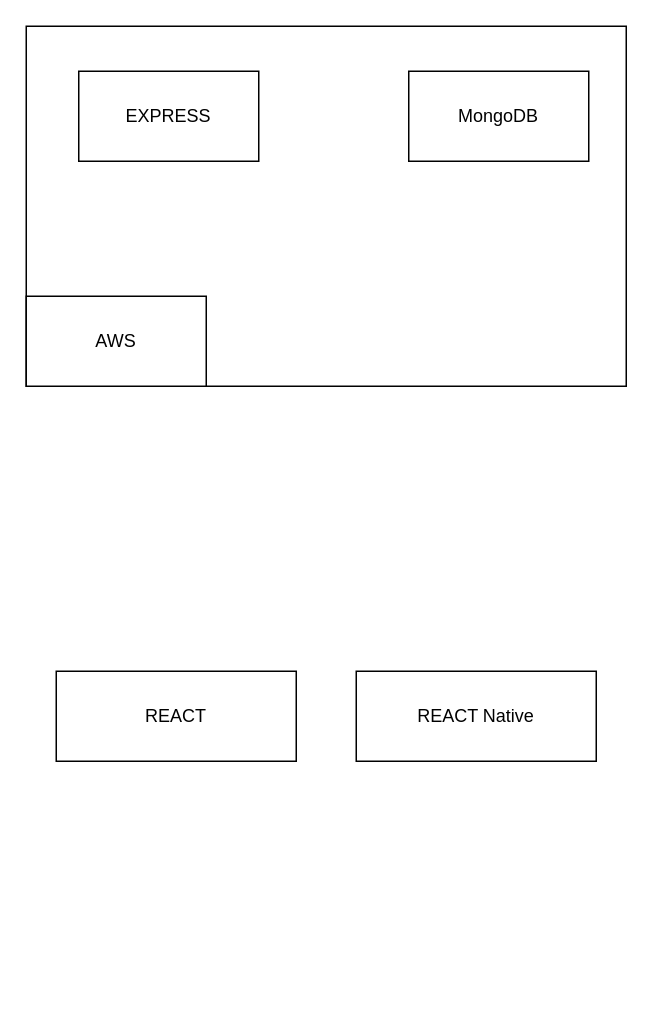
The draw.io diagram draw.io/Untitled Diagram.drawio in onlymachiavelli/draw.io, before the edit. Source tidied: cells renumbered, new cells numbered last; positions are measured from the earlier drawing's top-left corner, leaving out a move shared by most shapes. Both pictures are drawn from the tidied source at 150%, with x=0, y=0 at pixel (26, 26).
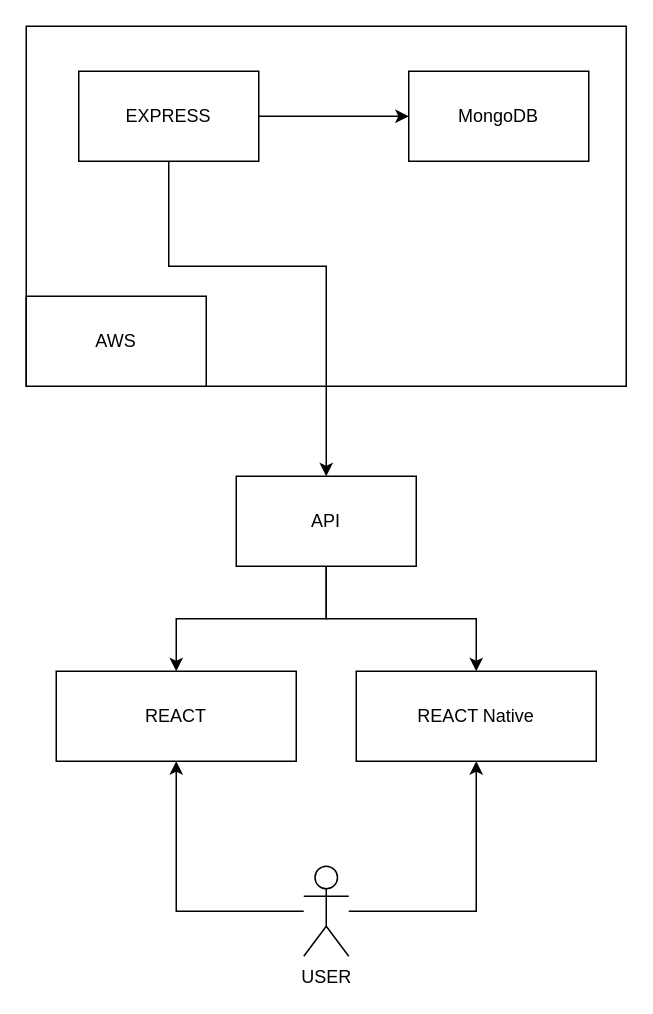
The same diagram, later.

The edit, as a diff of the source:
```diff
@@
 <mxGraphModel>
   <root>
     <mxCell id="0" />
     <mxCell id="1" parent="0" />
     <mxCell id="2" style="rounded=0;whiteSpace=wrap;html=1;" parent="1" vertex="1">
       <mxGeometry width="400" height="240" as="geometry" />
     </mxCell>
     <mxCell id="3" value="MongoDB" style="rounded=0;whiteSpace=wrap;html=1;" parent="1" vertex="1">
       <mxGeometry x="255" y="30" width="120" height="60" as="geometry" />
     </mxCell>
+    <mxCell id="8" style="edgeStyle=orthogonalEdgeStyle;rounded=0;jettySize=auto;html=1;" parent="1" edge="1" source="4" target="3">
+      <mxGeometry relative="1" as="geometry" />
+    </mxCell>
+    <mxCell id="9" style="edgeStyle=orthogonalEdgeStyle;rounded=0;jettySize=auto;html=1;" parent="1" edge="1" source="4" target="12">
+      <mxGeometry relative="1" as="geometry">
+        <Array as="points">
+          <mxPoint x="95" y="160" />
+          <mxPoint x="200" y="160" />
+        </Array>
+      </mxGeometry>
+    </mxCell>
     <mxCell id="4" value="EXPRESS" style="rounded=0;whiteSpace=wrap;html=1;" parent="1" vertex="1">
       <mxGeometry x="35" y="30" width="120" height="60" as="geometry" />
     </mxCell>
     <mxCell id="5" value="AWS" style="rounded=0;whiteSpace=wrap;html=1;" parent="1" vertex="1">
       <mxGeometry y="180" width="120" height="60" as="geometry" />
     </mxCell>
     <mxCell id="6" value="REACT" style="rounded=0;whiteSpace=wrap;html=1;" parent="1" vertex="1">
       <mxGeometry x="20" y="430" width="160" height="60" as="geometry" />
     </mxCell>
     <mxCell id="7" value="REACT Native" style="rounded=0;whiteSpace=wrap;html=1;" parent="1" vertex="1">
       <mxGeometry x="220" y="430" width="160" height="60" as="geometry" />
     </mxCell>
+    <mxCell id="10" style="edgeStyle=orthogonalEdgeStyle;rounded=0;jettySize=auto;html=1;entryX=0.5;entryY=0;entryDx=0;entryDy=0;" parent="1" edge="1" source="12" target="6">
+      <mxGeometry relative="1" as="geometry" />
+    </mxCell>
+    <mxCell id="11" style="edgeStyle=orthogonalEdgeStyle;rounded=0;jettySize=auto;html=1;" parent="1" edge="1" source="12" target="7">
+      <mxGeometry relative="1" as="geometry" />
+    </mxCell>
+    <mxCell id="12" value="API" style="rounded=0;whiteSpace=wrap;html=1;" parent="1" vertex="1">
+      <mxGeometry x="140" y="300" width="120" height="60" as="geometry" />
+    </mxCell>
+    <mxCell id="13" style="edgeStyle=orthogonalEdgeStyle;rounded=0;jettySize=auto;html=1;entryX=0.5;entryY=1;entryDx=0;entryDy=0;" parent="1" edge="1" source="15" target="6">
+      <mxGeometry relative="1" as="geometry" />
+    </mxCell>
+    <mxCell id="14" style="edgeStyle=orthogonalEdgeStyle;rounded=0;jettySize=auto;html=1;entryX=0.5;entryY=1;entryDx=0;entryDy=0;" parent="1" edge="1" source="15" target="7">
+      <mxGeometry relative="1" as="geometry" />
+    </mxCell>
+    <mxCell id="15" value="USER" style="shape=umlActor;verticalLabelPosition=bottom;verticalAlign=top;html=1;outlineConnect=0;" parent="1" vertex="1">
+      <mxGeometry x="185" y="560" width="30" height="60" as="geometry" />
+    </mxCell>
   </root>
 </mxGraphModel>
```
